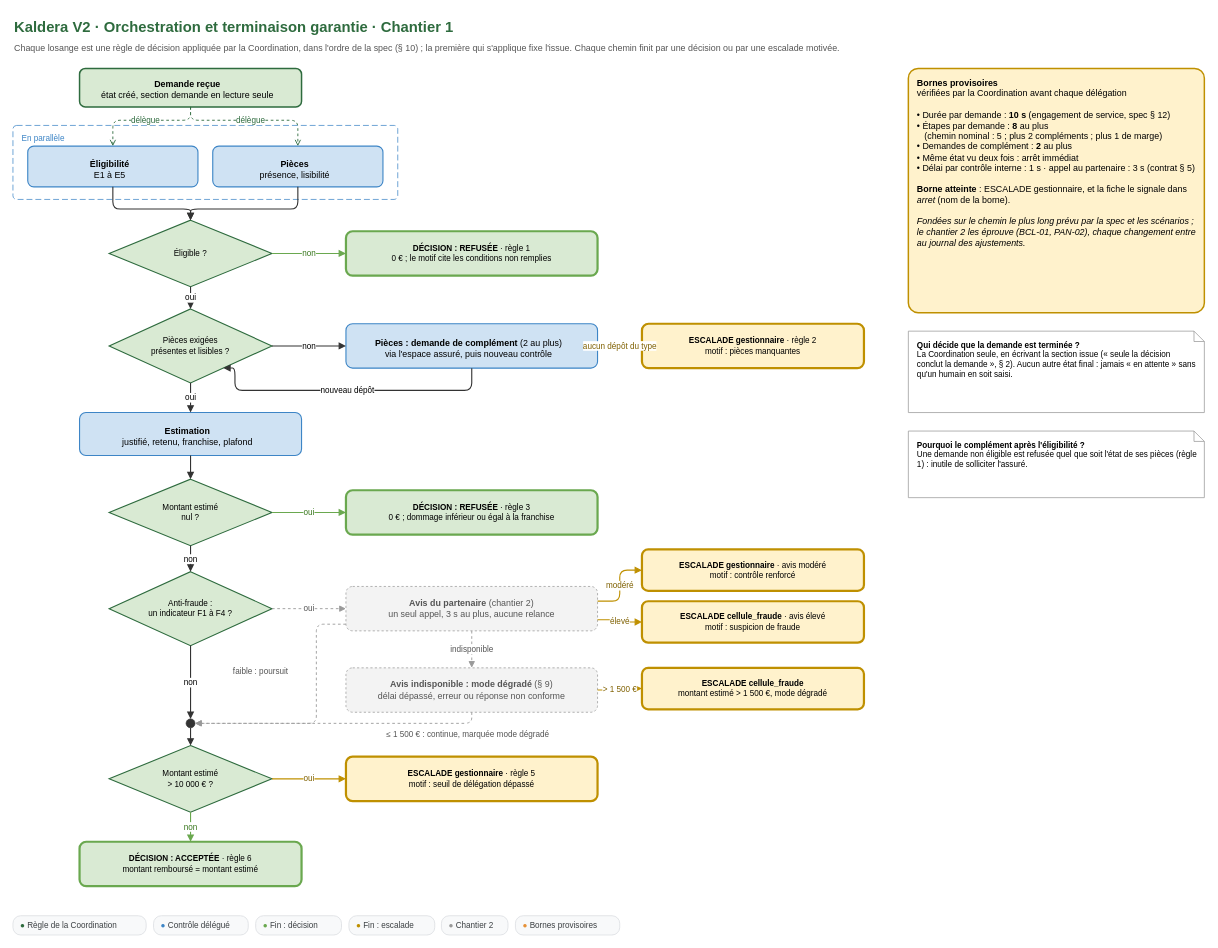
The draw.io diagram schemas/schema-2-orchestration.drawio in Ganda15/kaldera-v2-conception, before the edit. Source tidied: cells renumbered, new cells numbered last; positions are measured from the earlier drawing's top-left corner, leaving out a move shared by most shapes. Both pictures are drawn from the tidied source at 74%, with x=0, y=0 at pixel (13, 13).
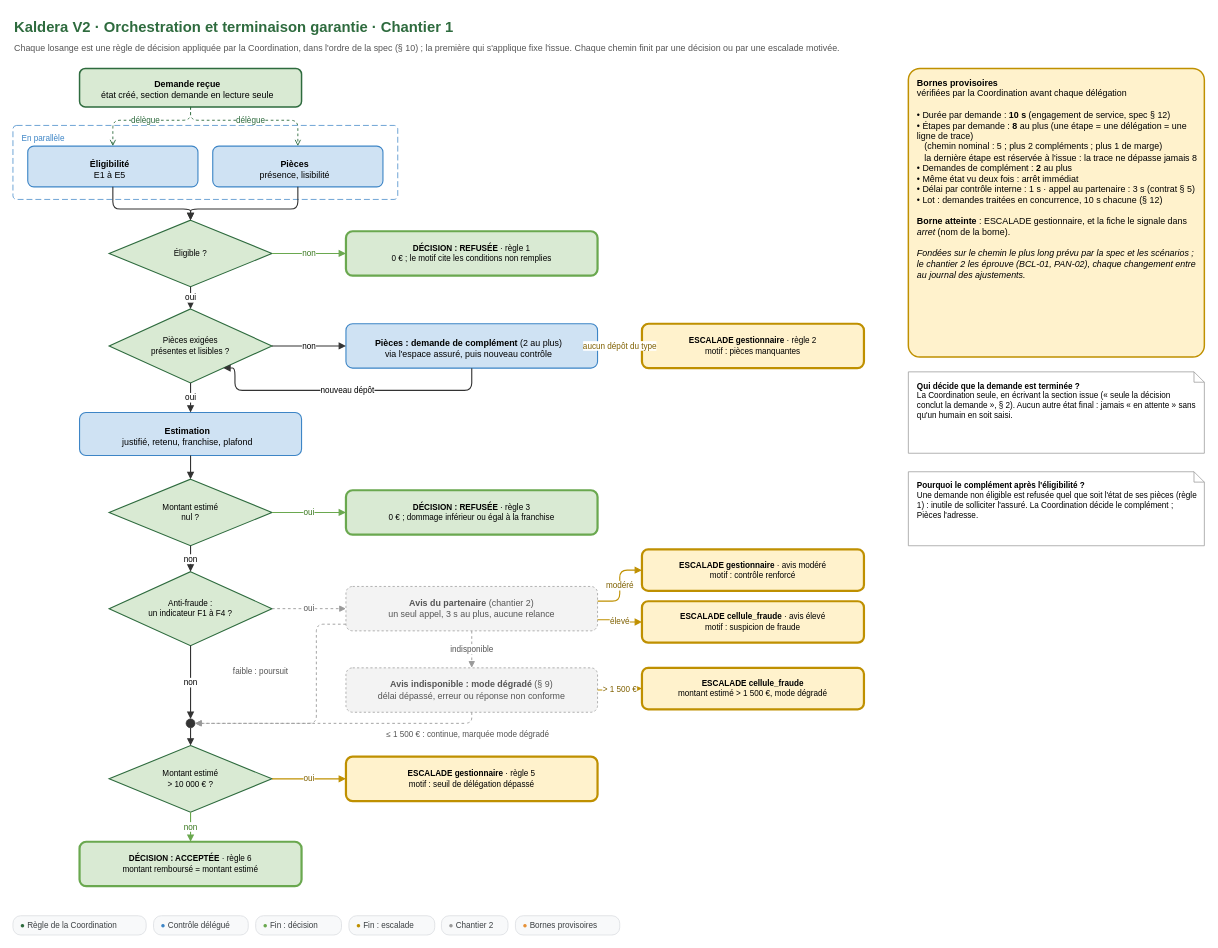
Above is the later version.

Commit message (it also covers changes not shown here):
docs(chantier 1): relecture contre le brief, sept corrections

Diff of the diagram source:
```diff
@@
-    <mxCell id="25" value="&lt;b&gt;Bornes provisoires&lt;/b&gt;&lt;br&gt;vérifiées par la Coordination avant chaque délégation&lt;br&gt;&lt;br&gt;• Durée par demande : &lt;b&gt;10 s&lt;/b&gt; (engagement de service, spec § 12)&lt;br&gt;• Étapes par demande : &lt;b&gt;8&lt;/b&gt; au plus&lt;br&gt;&amp;nbsp;&amp;nbsp;&amp;nbsp;(chemin nominal : 5 ; plus 2 compléments ; plus 1 de marge)&lt;br&gt;• Demandes de complément : &lt;b&gt;2&lt;/b&gt; au plus&lt;br&gt;• Même état vu deux fois : arrêt immédiat&lt;br&gt;• Délai par contrôle interne : 1 s · appel au partenaire : 3 s (contrat § 5)&lt;br&gt;&lt;br&gt;&lt;b&gt;Borne atteinte&lt;/b&gt; : ESCALADE gestionnaire, et la fiche le signale dans &lt;i&gt;arret&lt;/i&gt; (nom de la borne).&lt;br&gt;&lt;br&gt;&lt;i&gt;Fondées sur le chemin le plus long prévu par la spec et les scénarios ; le chantier 2 les éprouve (BCL-01, PAN-02), chaque changement entre au journal des ajustements.&lt;/i&gt;" style="whiteSpace=wrap;html=1;fontFamily=Arial;fontSize=12;align=left;spacingLeft=10;spacingRight=8;verticalAlign=top;spacingTop=6;rounded=1;fillColor=#fce5cd;strokeColor=#e69138;strokeWidth=2;fillColor=#fff2cc;strokeColor=#bf9000;arcSize=4;" parent="1" vertex="1">
-      <mxGeometry x="1210" y="75" width="400" height="330" as="geometry" />
+    <mxCell id="25" value="&lt;b&gt;Bornes provisoires&lt;/b&gt;&lt;br&gt;vérifiées par la Coordination avant chaque délégation&lt;br&gt;&lt;br&gt;• Durée par demande : &lt;b&gt;10 s&lt;/b&gt; (engagement de service, spec § 12)&lt;br&gt;• Étapes par demande : &lt;b&gt;8&lt;/b&gt; au plus (une étape = une délégation = une ligne de trace)&lt;br&gt;&amp;nbsp;&amp;nbsp;&amp;nbsp;(chemin nominal : 5 ; plus 2 compléments ; plus 1 de marge)&lt;br&gt;&amp;nbsp;&amp;nbsp;&amp;nbsp;la dernière étape est réservée à l'issue : la trace ne dépasse jamais 8&lt;br&gt;• Demandes de complément : &lt;b&gt;2&lt;/b&gt; au plus&lt;br&gt;• Même état vu deux fois : arrêt immédiat&lt;br&gt;• Délai par contrôle interne : 1 s · appel au partenaire : 3 s (contrat § 5)&lt;br&gt;• Lot : demandes traitées en concurrence, 10 s chacune (§ 12)&lt;br&gt;&lt;br&gt;&lt;b&gt;Borne atteinte&lt;/b&gt; : ESCALADE gestionnaire, et la fiche le signale dans &lt;i&gt;arret&lt;/i&gt; (nom de la borne).&lt;br&gt;&lt;br&gt;&lt;i&gt;Fondées sur le chemin le plus long prévu par la spec et les scénarios ; le chantier 2 les éprouve (BCL-01, PAN-02), chaque changement entre au journal des ajustements.&lt;/i&gt;" style="whiteSpace=wrap;html=1;fontFamily=Arial;fontSize=12;align=left;spacingLeft=10;spacingRight=8;verticalAlign=top;spacingTop=6;rounded=1;fillColor=#fce5cd;strokeColor=#e69138;strokeWidth=2;fillColor=#fff2cc;strokeColor=#bf9000;arcSize=4;" parent="1" vertex="1">
+      <mxGeometry x="1210" y="75" width="400" height="390" as="geometry" />
     </mxCell>
     <mxCell id="26" value="&lt;b&gt;Qui décide que la demande est terminée ?&lt;/b&gt;&lt;br&gt;La Coordination seule, en écrivant la section issue (« seule la décision conclut la demande », § 2). Aucun autre état final : jamais « en attente » sans qu'un humain en soit saisi." style="whiteSpace=wrap;html=1;fontFamily=Arial;fontSize=12;align=left;spacingLeft=10;spacingRight=8;verticalAlign=top;spacingTop=6;shape=note;size=14;fillColor=#ffffff;strokeColor=#999999;fontSize=11;" parent="1" vertex="1">
-      <mxGeometry x="1210" y="430" width="400" height="110" as="geometry" />
+      <mxGeometry x="1210" y="485" width="400" height="110" as="geometry" />
     </mxCell>
-    <mxCell id="27" value="&lt;b&gt;Pourquoi le complément après l'éligibilité ?&lt;/b&gt;&lt;br&gt;Une demande non éligible est refusée quel que soit l'état de ses pièces (règle 1) : inutile de solliciter l'assuré." style="whiteSpace=wrap;html=1;fontFamily=Arial;fontSize=12;align=left;spacingLeft=10;spacingRight=8;verticalAlign=top;spacingTop=6;shape=note;size=14;fillColor=#ffffff;strokeColor=#999999;fontSize=11;" parent="1" vertex="1">
-      <mxGeometry x="1210" y="565" width="400" height="90" as="geometry" />
+    <mxCell id="27" value="&lt;b&gt;Pourquoi le complément après l'éligibilité ?&lt;/b&gt;&lt;br&gt;Une demande non éligible est refusée quel que soit l'état de ses pièces (règle 1) : inutile de solliciter l'assuré. La Coordination décide le complément ; Pièces l'adresse." style="whiteSpace=wrap;html=1;fontFamily=Arial;fontSize=12;align=left;spacingLeft=10;spacingRight=8;verticalAlign=top;spacingTop=6;shape=note;size=14;fillColor=#ffffff;strokeColor=#999999;fontSize=11;" parent="1" vertex="1">
+      <mxGeometry x="1210" y="620" width="400" height="100" as="geometry" />
     </mxCell>
```
